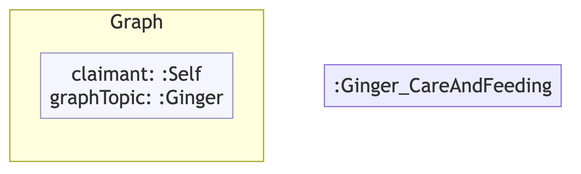
This is example/graphs/images/graph-60.png from MeeFoundation/mia-ontologies, a Mermaid export, as it was before one commit. Its source is kept beside it as example/graphs/images/graph-60.mmd.
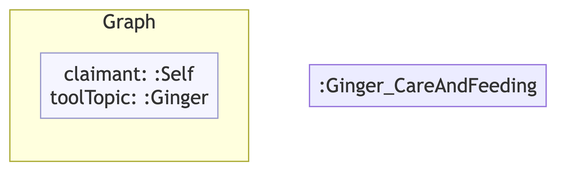
Above is the later version.

The edit, as a diff of the source:
```diff
@@ -7,7 +7,7 @@
 
     subgraph ctx["Graph"]
         direction LR
-        ctx_meta["claimant: :Self\ngraphTopic: :Ginger"]:::meta
+        ctx_meta["claimant: :Self\ntoolTopic: :Ginger"]:::meta
     end
 
-    na33933ab303e[":Ginger_CareAndFeeding"]
+    n0385002b28d9[":Ginger_CareAndFeeding"]
```
